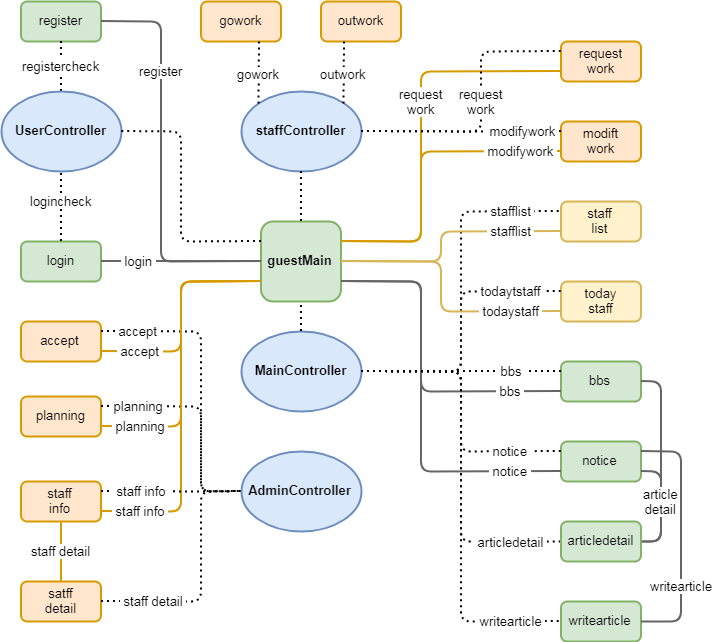
The draw.io diagram drawio/AntpeopleWebFlow.png in optical3mild/AntPeopleProject, before a commit. Source tidied: cells renumbered, new cells last; positions are measured from the earlier drawing's top-left corner, leaving out a move shared by most shapes.
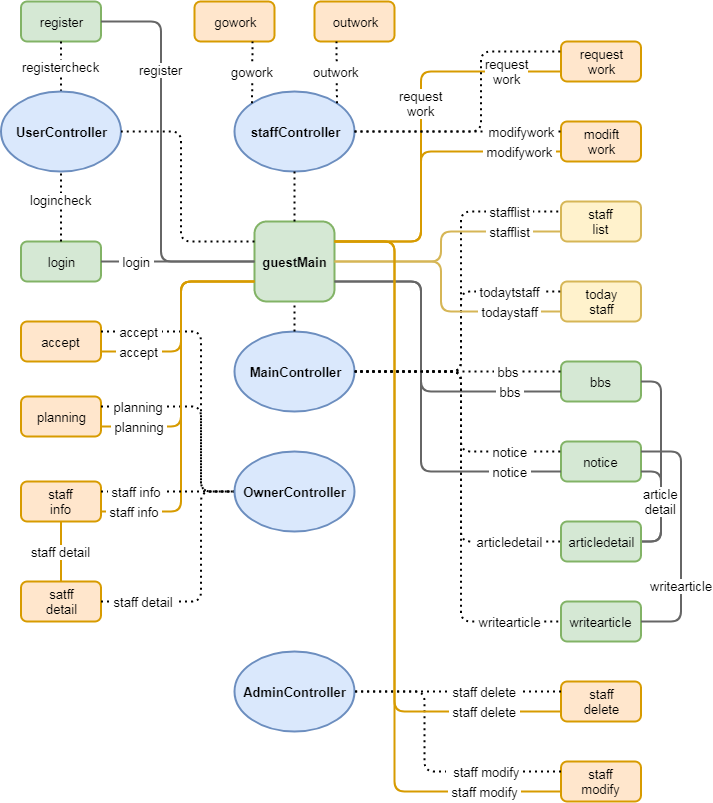
The same diagram one commit later.

What changed in the source:
```diff
@@ -3,7 +3,7 @@
     <mxCell id="0" />
     <mxCell id="1" parent="0" />
     <mxCell id="2" value="staffController" style="ellipse;whiteSpace=wrap;html=1;fillColor=#dae8fc;strokeColor=#6c8ebf;strokeWidth=2;fontStyle=1;fontSize=13;" parent="1" vertex="1">
-      <mxGeometry x="240.5" y="90" width="120" height="80" as="geometry" />
+      <mxGeometry x="234" y="90" width="120" height="80" as="geometry" />
     </mxCell>
     <mxCell id="3" value="login" style="rounded=1;whiteSpace=wrap;html=1;fillColor=#d5e8d4;strokeColor=#82b366;strokeWidth=2;fontStyle=0;fontSize=13;" parent="1" vertex="1">
       <mxGeometry x="20.5" y="240" width="80" height="40" as="geometry" />
@@ -12,7 +12,7 @@
       <mxGeometry x="20.5" width="80" height="40" as="geometry" />
     </mxCell>
     <mxCell id="5" value="guestMain" style="rounded=1;whiteSpace=wrap;html=1;fillColor=#d5e8d4;strokeColor=#82b366;strokeWidth=2;fontStyle=1;fontSize=13;" parent="1" vertex="1">
-      <mxGeometry x="260.5" y="220" width="80" height="80" as="geometry" />
+      <mxGeometry x="254" y="220" width="80" height="80" as="geometry" />
     </mxCell>
     <mxCell id="6" value="staff&lt;br style=&quot;font-size: 13px;&quot;&gt;list" style="rounded=1;whiteSpace=wrap;html=1;fillColor=#fff2cc;strokeColor=#d6b656;strokeWidth=2;fontStyle=0;fontSize=13;" parent="1" vertex="1">
       <mxGeometry x="560.5" y="200" width="80" height="40" as="geometry" />
@@ -90,19 +90,19 @@
       </mxGeometry>
     </mxCell>
     <mxCell id="21" value="gowork" style="rounded=1;whiteSpace=wrap;html=1;fillColor=#ffe6cc;strokeColor=#d79b00;strokeWidth=2;fontStyle=0;fontSize=13;" parent="1" vertex="1">
-      <mxGeometry x="200.5" width="80" height="40" as="geometry" />
+      <mxGeometry x="194" width="80" height="40" as="geometry" />
     </mxCell>
     <mxCell id="22" value="outwork" style="rounded=1;whiteSpace=wrap;html=1;fillColor=#ffe6cc;strokeColor=#d79b00;strokeWidth=2;fontStyle=0;fontSize=13;" parent="1" vertex="1">
-      <mxGeometry x="320.5" width="80" height="40" as="geometry" />
+      <mxGeometry x="314" width="80" height="40" as="geometry" />
     </mxCell>
     <mxCell id="23" value="gowork" style="endArrow=none;dashed=1;html=1;strokeWidth=2;exitX=0;exitY=0;exitDx=0;exitDy=0;dashPattern=1 2;fontStyle=0;fontSize=13;" parent="1" edge="1" source="2">
       <mxGeometry relative="1" as="geometry">
-        <mxPoint x="258.5" y="40" as="targetPoint" />
+        <mxPoint x="252" y="40" as="targetPoint" />
       </mxGeometry>
     </mxCell>
     <mxCell id="24" value="outwork" style="endArrow=none;dashed=1;html=1;strokeWidth=2;exitX=1;exitY=0;exitDx=0;exitDy=0;dashPattern=1 2;fontStyle=0;fontSize=13;" parent="1" edge="1" source="2">
       <mxGeometry relative="1" as="geometry">
-        <mxPoint x="343.5" y="40" as="targetPoint" />
+        <mxPoint x="336" y="40" as="targetPoint" />
       </mxGeometry>
     </mxCell>
     <mxCell id="25" value="request&lt;br style=&quot;font-size: 13px;&quot;&gt;work" style="rounded=1;whiteSpace=wrap;html=1;fillColor=#ffe6cc;strokeColor=#d79b00;strokeWidth=2;fontStyle=0;fontSize=13;" parent="1" vertex="1">
@@ -171,7 +171,7 @@
       </mxGeometry>
     </mxCell>
     <mxCell id="35" value="MainController" style="ellipse;whiteSpace=wrap;html=1;fillColor=#dae8fc;strokeColor=#6c8ebf;strokeWidth=2;fontStyle=1;fontSize=13;" parent="1" vertex="1">
-      <mxGeometry x="240.5" y="330" width="120" height="80" as="geometry" />
+      <mxGeometry x="234" y="330" width="120" height="80" as="geometry" />
     </mxCell>
     <mxCell id="36" style="endArrow=none;dashed=1;html=1;strokeWidth=2;entryX=0.5;entryY=1;entryDx=0;entryDy=0;exitX=0.5;exitY=0;exitDx=0;exitDy=0;dashPattern=1 2;fontStyle=0;fontSize=13;" parent="1" edge="1" source="35" target="5">
       <mxGeometry relative="1" as="geometry" />
@@ -221,11 +221,12 @@
       </mxGeometry>
     </mxCell>
     <mxCell id="45" value="&amp;nbsp;staff info&amp;nbsp;" style="endArrow=none;html=1;strokeWidth=2;entryX=0;entryY=0.75;entryDx=0;entryDy=0;exitX=1;exitY=0.75;exitDx=0;exitDy=0;fillColor=#ffe6cc;strokeColor=#d79b00;fontStyle=0;fontSize=13;" parent="1" edge="1" source="37" target="5">
-      <mxGeometry x="-0.79" relative="1" as="geometry">
+      <mxGeometry x="-0.83" relative="1" as="geometry">
         <Array as="points">
           <mxPoint x="180.5" y="510" />
           <mxPoint x="180.5" y="280" />
         </Array>
+        <mxPoint x="1" as="offset" />
       </mxGeometry>
     </mxCell>
     <mxCell id="46" value="&amp;nbsp;staff info&amp;nbsp;" style="endArrow=none;dashed=1;html=1;strokeWidth=2;entryX=0;entryY=0.5;entryDx=0;entryDy=0;exitX=1;exitY=0.25;exitDx=0;exitDy=0;dashPattern=1 2;fontStyle=0;fontSize=13;" parent="1" edge="1" source="37" target="49">
@@ -244,15 +245,15 @@
       </mxGeometry>
     </mxCell>
     <mxCell id="48" value="&amp;nbsp;staff detail&amp;nbsp;" style="endArrow=none;dashed=1;html=1;strokeWidth=2;exitX=1;exitY=0.5;exitDx=0;exitDy=0;entryX=0;entryY=0.5;entryDx=0;entryDy=0;dashPattern=1 2;fontStyle=0;fontSize=13;" parent="1" edge="1" source="40" target="49">
-      <mxGeometry x="-0.58" relative="1" as="geometry">
+      <mxGeometry x="-0.64" relative="1" as="geometry">
         <Array as="points">
           <mxPoint x="200.5" y="600" />
           <mxPoint x="200.5" y="490" />
         </Array>
       </mxGeometry>
     </mxCell>
-    <mxCell id="49" value="AdminController" style="ellipse;whiteSpace=wrap;html=1;fillColor=#dae8fc;strokeColor=#6c8ebf;strokeWidth=2;fontStyle=1;fontSize=13;" parent="1" vertex="1">
-      <mxGeometry x="240.5" y="450" width="120" height="80" as="geometry" />
+    <mxCell id="49" value="OwnerController" style="ellipse;whiteSpace=wrap;html=1;fillColor=#dae8fc;strokeColor=#6c8ebf;strokeWidth=2;fontStyle=1;fontSize=13;" parent="1" vertex="1">
+      <mxGeometry x="234" y="450" width="120" height="80" as="geometry" />
     </mxCell>
     <mxCell id="50" value="&amp;nbsp;articledetail&amp;nbsp;" style="endArrow=none;dashed=1;html=1;entryX=0;entryY=0.5;entryDx=0;entryDy=0;exitX=1;exitY=0.5;exitDx=0;exitDy=0;dashPattern=1 2;strokeWidth=2;fontStyle=0;fontSize=13;" parent="1" edge="1" source="35">
       <mxGeometry x="0.73" relative="1" as="geometry">
@@ -304,5 +305,46 @@
         </Array>
       </mxGeometry>
     </mxCell>
+    <mxCell id="57" value="AdminController" style="ellipse;whiteSpace=wrap;html=1;fillColor=#dae8fc;strokeColor=#6c8ebf;strokeWidth=2;fontStyle=1;fontSize=13;" parent="1" vertex="1">
+      <mxGeometry x="234" y="650" width="120" height="80" as="geometry" />
+    </mxCell>
+    <mxCell id="58" value="staff&lt;br&gt;modify" style="rounded=1;whiteSpace=wrap;html=1;fillColor=#ffe6cc;strokeColor=#d79b00;strokeWidth=2;fontStyle=0;fontSize=13;" parent="1" vertex="1">
+      <mxGeometry x="560.5" y="760" width="80" height="40" as="geometry" />
+    </mxCell>
+    <mxCell id="59" value="staff&lt;br&gt;delete" style="rounded=1;whiteSpace=wrap;html=1;fillColor=#ffe6cc;strokeColor=#d79b00;strokeWidth=2;fontStyle=0;fontSize=13;" parent="1" vertex="1">
+      <mxGeometry x="560.5" y="680" width="80" height="40" as="geometry" />
+    </mxCell>
+    <mxCell id="60" value="&amp;nbsp; staff modify&amp;nbsp;" style="endArrow=none;dashed=1;html=1;strokeWidth=2;dashPattern=1 2;fontStyle=0;fontSize=13;entryX=1;entryY=0.5;entryDx=0;entryDy=0;exitX=0;exitY=0.25;exitDx=0;exitDy=0;" parent="1" edge="1" source="58" target="57">
+      <mxGeometry x="-0.47" relative="1" as="geometry">
+        <Array as="points">
+          <mxPoint x="424" y="770" />
+          <mxPoint x="424" y="690" />
+        </Array>
+        <mxPoint x="1" as="offset" />
+      </mxGeometry>
+    </mxCell>
+    <mxCell id="61" value="&amp;nbsp;staff delete&amp;nbsp;" style="endArrow=none;dashed=1;html=1;strokeWidth=2;dashPattern=1 2;fontStyle=0;fontSize=13;entryX=1;entryY=0.5;entryDx=0;entryDy=0;exitX=0;exitY=0.25;exitDx=0;exitDy=0;" parent="1" edge="1" source="59" target="57">
+      <mxGeometry x="-0.26" relative="1" as="geometry">
+        <mxPoint x="1" as="offset" />
+      </mxGeometry>
+    </mxCell>
+    <mxCell id="62" value="&amp;nbsp;staff delete&amp;nbsp;" style="endArrow=none;html=1;strokeWidth=2;fillColor=#ffe6cc;strokeColor=#d79b00;fontStyle=0;fontSize=13;entryX=1;entryY=0.25;entryDx=0;entryDy=0;exitX=0;exitY=0.75;exitDx=0;exitDy=0;" parent="1" edge="1" source="59" target="5">
+      <mxGeometry x="-0.78" relative="1" as="geometry">
+        <Array as="points">
+          <mxPoint x="394" y="710" />
+          <mxPoint x="394" y="240" />
+        </Array>
+        <mxPoint x="1" as="offset" />
+      </mxGeometry>
+    </mxCell>
+    <mxCell id="63" value="&amp;nbsp;staff modify&amp;nbsp;" style="endArrow=none;html=1;strokeWidth=2;fillColor=#ffe6cc;strokeColor=#d79b00;fontStyle=0;fontSize=13;exitX=0;exitY=0.75;exitDx=0;exitDy=0;entryX=1;entryY=0.25;entryDx=0;entryDy=0;" parent="1" edge="1" source="58" target="5">
+      <mxGeometry x="-0.8" relative="1" as="geometry">
+        <Array as="points">
+          <mxPoint x="394" y="790" />
+          <mxPoint x="394" y="240" />
+        </Array>
+        <mxPoint x="1" as="offset" />
+      </mxGeometry>
+    </mxCell>
   </root>
 </mxGraphModel>
```
